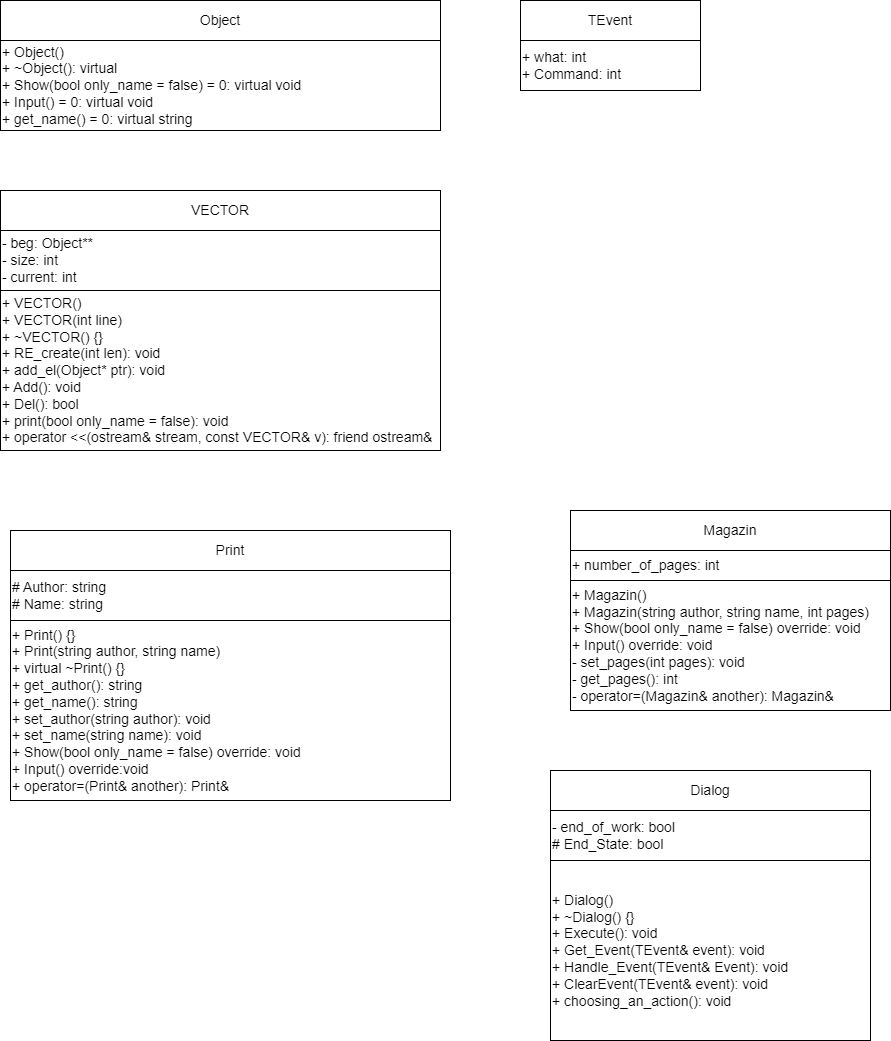
The draw.io diagram class_8/uml.drawio.png in SonyAkb/Laboratory-works-for-the-2-semester, before a commit. Source tidied: cells renumbered, new cells last; positions are measured from the earlier drawing's top-left corner, leaving out a move shared by most shapes.
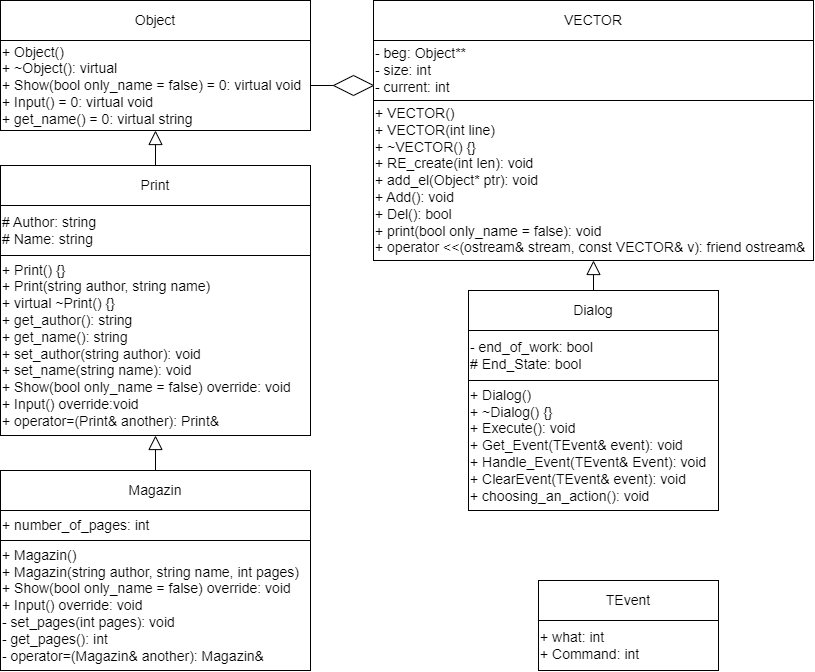
Later version of the same file.

Change to the diagram source:
```diff
@@ -3,52 +3,67 @@
     <mxCell id="0" />
     <mxCell id="1" parent="0" />
     <mxCell id="2" value="Object" style="rounded=0;whiteSpace=wrap;html=1;fontSize=14;align=center;" parent="1" vertex="1">
-      <mxGeometry width="440" height="40" as="geometry" />
+      <mxGeometry y="10" width="310" height="40" as="geometry" />
     </mxCell>
     <mxCell id="3" value="+&amp;nbsp;Object()&lt;div&gt;+ ~Object():&amp;nbsp;&lt;span style=&quot;background-color: initial;&quot;&gt;virtual&lt;/span&gt;&lt;span style=&quot;background-color: initial;&quot;&gt;&amp;nbsp;&lt;/span&gt;&lt;/div&gt;&lt;div&gt;&lt;span style=&quot;background-color: initial;&quot;&gt;+&amp;nbsp;&lt;/span&gt;&lt;span style=&quot;background-color: initial;&quot;&gt;Show(bool only_name = false) = 0:&amp;nbsp;&lt;/span&gt;virtual void&amp;nbsp;&lt;span style=&quot;background-color: initial;&quot;&gt;&lt;div&gt;+ Input() = 0:&amp;nbsp;&lt;span style=&quot;background-color: initial;&quot;&gt;virtual void&lt;/span&gt;&lt;span style=&quot;background-color: initial;&quot;&gt;&amp;nbsp;&lt;/span&gt;&lt;/div&gt;&lt;/span&gt;&lt;span style=&quot;background-color: initial;&quot;&gt;+ get_name() = 0:&amp;nbsp;&lt;/span&gt;&lt;span style=&quot;background-color: initial;&quot;&gt;virtual string&lt;/span&gt;&lt;span style=&quot;background-color: initial;&quot;&gt;&amp;nbsp;&lt;/span&gt;&lt;span style=&quot;background-color: initial;&quot;&gt;&amp;nbsp;&lt;/span&gt;&lt;/div&gt;" style="rounded=0;whiteSpace=wrap;html=1;fontSize=14;align=left;" parent="1" vertex="1">
-      <mxGeometry y="40" width="440" height="90" as="geometry" />
+      <mxGeometry y="50" width="310" height="90" as="geometry" />
     </mxCell>
     <mxCell id="4" value="VECTOR" style="rounded=0;whiteSpace=wrap;html=1;fontSize=14;align=center;" parent="1" vertex="1">
-      <mxGeometry y="190" width="440" height="40" as="geometry" />
+      <mxGeometry x="373" y="10" width="440" height="40" as="geometry" />
     </mxCell>
     <mxCell id="5" value="&lt;div&gt;- beg:&amp;nbsp;&lt;span style=&quot;background-color: initial;&quot;&gt;Object**&lt;/span&gt;&lt;span style=&quot;background-color: initial;&quot;&gt;&amp;nbsp;&lt;/span&gt;&lt;/div&gt;&lt;div&gt;- size:&amp;nbsp;&lt;span style=&quot;background-color: initial;&quot;&gt;int&lt;/span&gt;&lt;span style=&quot;background-color: initial;&quot;&gt;&amp;nbsp;&lt;/span&gt;&lt;/div&gt;&lt;div style=&quot;&quot;&gt;- current:&amp;nbsp;&lt;span style=&quot;background-color: initial;&quot;&gt;int&lt;/span&gt;&lt;span style=&quot;background-color: initial;&quot;&gt;&amp;nbsp;&lt;/span&gt;&lt;/div&gt;" style="rounded=0;whiteSpace=wrap;html=1;fontSize=14;align=left;" parent="1" vertex="1">
-      <mxGeometry y="230" width="440" height="60" as="geometry" />
+      <mxGeometry x="373" y="50" width="440" height="60" as="geometry" />
     </mxCell>
     <mxCell id="6" value="&lt;div&gt;+ VECTOR()&lt;/div&gt;&lt;div&gt;+ VECTOR(int line)&lt;/div&gt;&lt;div&gt;+ ~VECTOR() {}&lt;/div&gt;&lt;div&gt;&lt;span style=&quot;background-color: initial;&quot;&gt;+ RE_create(int len):&amp;nbsp;&lt;/span&gt;&lt;span style=&quot;background-color: initial;&quot;&gt;void&lt;/span&gt;&lt;span style=&quot;background-color: initial;&quot;&gt;&amp;nbsp;&lt;/span&gt;&lt;br&gt;&lt;/div&gt;&lt;div&gt;+ add_el(Object* ptr):&amp;nbsp;&lt;span style=&quot;background-color: initial;&quot;&gt;void&lt;/span&gt;&lt;span style=&quot;background-color: initial;&quot;&gt;&amp;nbsp;&lt;/span&gt;&lt;/div&gt;&lt;div&gt;+ Add():&amp;nbsp;&lt;span style=&quot;background-color: initial;&quot;&gt;void&lt;/span&gt;&lt;span style=&quot;background-color: initial;&quot;&gt;&amp;nbsp;&lt;/span&gt;&lt;/div&gt;&lt;div&gt;+ Del():&amp;nbsp;&lt;span style=&quot;background-color: initial;&quot;&gt;bool&lt;/span&gt;&lt;span style=&quot;background-color: initial;&quot;&gt;&amp;nbsp;&lt;/span&gt;&lt;/div&gt;&lt;div&gt;+ print(bool only_name = false):&amp;nbsp;&lt;span style=&quot;background-color: initial;&quot;&gt;void&lt;/span&gt;&lt;span style=&quot;background-color: initial;&quot;&gt;&amp;nbsp;&lt;/span&gt;&lt;/div&gt;&lt;div&gt;+ operator &amp;lt;&amp;lt;(ostream&amp;amp; stream, const VECTOR&amp;amp; v):&amp;nbsp;&lt;span style=&quot;background-color: initial;&quot;&gt;friend ostream&amp;amp;&lt;/span&gt;&lt;span style=&quot;background-color: initial;&quot;&gt;&amp;nbsp;&lt;/span&gt;&lt;/div&gt;" style="rounded=0;whiteSpace=wrap;html=1;fontSize=14;align=left;" parent="1" vertex="1">
-      <mxGeometry y="290" width="440" height="160" as="geometry" />
+      <mxGeometry x="373" y="110" width="440" height="160" as="geometry" />
     </mxCell>
     <mxCell id="7" value="TEvent" style="rounded=0;whiteSpace=wrap;html=1;fontSize=14;align=center;" parent="1" vertex="1">
-      <mxGeometry x="520" width="180" height="40" as="geometry" />
+      <mxGeometry x="538" y="590" width="180" height="40" as="geometry" />
     </mxCell>
     <mxCell id="8" value="&lt;div&gt;+ what:&amp;nbsp;&lt;span style=&quot;background-color: initial;&quot;&gt;int&lt;/span&gt;&lt;span style=&quot;background-color: initial;&quot;&gt;&amp;nbsp;&lt;/span&gt;&lt;/div&gt;&lt;div&gt;+ Command:&amp;nbsp;&lt;span style=&quot;background-color: initial;&quot;&gt;int&lt;/span&gt;&lt;span style=&quot;background-color: initial;&quot;&gt;&amp;nbsp;&lt;/span&gt;&lt;/div&gt;" style="rounded=0;whiteSpace=wrap;html=1;fontSize=14;align=left;" parent="1" vertex="1">
-      <mxGeometry x="520" y="40" width="180" height="50" as="geometry" />
+      <mxGeometry x="538" y="630" width="180" height="50" as="geometry" />
     </mxCell>
     <mxCell id="9" value="Print" style="rounded=0;whiteSpace=wrap;html=1;fontSize=14;align=center;" parent="1" vertex="1">
-      <mxGeometry x="10" y="530" width="440" height="40" as="geometry" />
+      <mxGeometry y="175" width="310" height="40" as="geometry" />
     </mxCell>
     <mxCell id="10" value="&lt;div&gt;# Author:&amp;nbsp;&lt;span style=&quot;background-color: initial;&quot;&gt;string&lt;/span&gt;&lt;/div&gt;&lt;div&gt;# Name:&amp;nbsp;&lt;span style=&quot;background-color: initial;&quot;&gt;string&lt;/span&gt;&lt;span style=&quot;background-color: initial;&quot;&gt;&amp;nbsp;&lt;/span&gt;&lt;/div&gt;" style="rounded=0;whiteSpace=wrap;html=1;fontSize=14;align=left;" parent="1" vertex="1">
-      <mxGeometry x="10" y="570" width="440" height="50" as="geometry" />
+      <mxGeometry y="215" width="310" height="50" as="geometry" />
     </mxCell>
     <mxCell id="11" value="&lt;div&gt;+ Print() {}&lt;/div&gt;&lt;div&gt;+ Print(string author, string name)&lt;/div&gt;&lt;div&gt;+ virtual ~Print() {}&lt;/div&gt;&lt;div&gt;+ get_author():&amp;nbsp;&lt;span style=&quot;background-color: initial;&quot;&gt;string&lt;/span&gt;&lt;span style=&quot;background-color: initial;&quot;&gt;&amp;nbsp;&lt;/span&gt;&lt;/div&gt;&lt;div&gt;+ get_name():&amp;nbsp;&lt;span style=&quot;background-color: initial;&quot;&gt;string&lt;/span&gt;&lt;span style=&quot;background-color: initial;&quot;&gt;&amp;nbsp;&lt;/span&gt;&lt;/div&gt;&lt;div&gt;+ set_author(string author):&amp;nbsp;&lt;span style=&quot;background-color: initial;&quot;&gt;void&lt;/span&gt;&lt;span style=&quot;background-color: initial;&quot;&gt;&amp;nbsp;&lt;/span&gt;&lt;/div&gt;&lt;div&gt;+ set_name(string name):&amp;nbsp;&lt;span style=&quot;background-color: initial;&quot;&gt;void&lt;/span&gt;&lt;span style=&quot;background-color: initial;&quot;&gt;&amp;nbsp;&lt;/span&gt;&lt;/div&gt;&lt;div&gt;+ Show(bool only_name = false) override:&amp;nbsp;&lt;span style=&quot;background-color: initial;&quot;&gt;void&lt;/span&gt;&lt;span style=&quot;background-color: initial;&quot;&gt;&amp;nbsp;&lt;/span&gt;&lt;/div&gt;&lt;div&gt;+ Input()&amp;nbsp;&lt;span style=&quot;background-color: initial;&quot;&gt;override&lt;/span&gt;&lt;span style=&quot;background-color: initial;&quot;&gt;:&lt;/span&gt;&lt;span style=&quot;background-color: initial;&quot;&gt;void&lt;/span&gt;&lt;span style=&quot;background-color: initial;&quot;&gt;&amp;nbsp;&lt;/span&gt;&lt;/div&gt;&lt;div&gt;+ operator=(Print&amp;amp; another):&amp;nbsp;&lt;span style=&quot;background-color: initial;&quot;&gt;Print&amp;amp;&lt;/span&gt;&lt;span style=&quot;background-color: initial;&quot;&gt;&amp;nbsp;&lt;/span&gt;&lt;/div&gt;" style="rounded=0;whiteSpace=wrap;html=1;fontSize=14;align=left;" parent="1" vertex="1">
-      <mxGeometry x="10" y="620" width="440" height="180" as="geometry" />
+      <mxGeometry y="265" width="310" height="180" as="geometry" />
     </mxCell>
     <mxCell id="12" value="Magazin" style="rounded=0;whiteSpace=wrap;html=1;fontSize=14;align=center;" parent="1" vertex="1">
-      <mxGeometry x="570" y="510" width="320" height="40" as="geometry" />
+      <mxGeometry y="480" width="310" height="40" as="geometry" />
     </mxCell>
     <mxCell id="13" value="+ number_of_pages: int&amp;nbsp;" style="rounded=0;whiteSpace=wrap;html=1;fontSize=14;align=left;" parent="1" vertex="1">
-      <mxGeometry x="570" y="550" width="320" height="30" as="geometry" />
+      <mxGeometry y="520" width="310" height="30" as="geometry" />
     </mxCell>
     <mxCell id="14" value="&lt;span style=&quot;background-color: initial;&quot;&gt;+ Magazin()&lt;/span&gt;&lt;br&gt;&lt;span style=&quot;background-color: initial;&quot;&gt;+ Magazin(string author, string name, int pages)&lt;/span&gt;&lt;br&gt;&lt;span style=&quot;background-color: initial;&quot;&gt;+ Show(bool only_name = false) override:&amp;nbsp;&lt;/span&gt;void&amp;nbsp;&lt;br&gt;&lt;span style=&quot;background-color: initial;&quot;&gt;+ Input() override:&amp;nbsp;&lt;/span&gt;void&amp;nbsp;&lt;br&gt;&lt;span style=&quot;background-color: initial;&quot;&gt;- set_pages(int pages):&amp;nbsp;&lt;/span&gt;void&amp;nbsp;&lt;br&gt;&lt;span style=&quot;background-color: initial;&quot;&gt;- get_pages():&amp;nbsp;&lt;/span&gt;int&amp;nbsp;&lt;br&gt;&lt;div&gt;&lt;span style=&quot;white-space: normal;&quot;&gt;- operator=(Magazin&amp;amp; another):&amp;nbsp;&lt;/span&gt;&lt;span style=&quot;background-color: initial;&quot;&gt;Magazin&amp;amp;&lt;/span&gt;&lt;span style=&quot;background-color: initial;&quot;&gt;&amp;nbsp;&lt;/span&gt;&lt;/div&gt;" style="rounded=0;whiteSpace=wrap;html=1;fontSize=14;align=left;" parent="1" vertex="1">
-      <mxGeometry x="570" y="580" width="320" height="130" as="geometry" />
+      <mxGeometry y="550" width="310" height="130" as="geometry" />
     </mxCell>
     <mxCell id="15" value="Dialog" style="rounded=0;whiteSpace=wrap;html=1;fontSize=14;align=center;" parent="1" vertex="1">
-      <mxGeometry x="550" y="770" width="320" height="40" as="geometry" />
+      <mxGeometry x="468" y="300" width="250" height="40" as="geometry" />
     </mxCell>
     <mxCell id="16" value="- end_of_work: bool&lt;div&gt;# End_State:&lt;span style=&quot;background-color: initial;&quot;&gt;&amp;nbsp;bool&lt;/span&gt;&lt;span style=&quot;background-color: initial;&quot;&gt;&amp;nbsp;&lt;/span&gt;&lt;/div&gt;" style="rounded=0;whiteSpace=wrap;html=1;fontSize=14;align=left;" parent="1" vertex="1">
-      <mxGeometry x="550" y="810" width="320" height="50" as="geometry" />
+      <mxGeometry x="468" y="340" width="250" height="50" as="geometry" />
     </mxCell>
     <mxCell id="17" value="&lt;div&gt;+ Dialog()&lt;/div&gt;&lt;div&gt;+ ~Dialog() {}&lt;/div&gt;&lt;div&gt;+ Execute():&amp;nbsp;&lt;span style=&quot;background-color: initial;&quot;&gt;void&lt;/span&gt;&lt;span style=&quot;background-color: initial;&quot;&gt;&amp;nbsp;&lt;/span&gt;&lt;/div&gt;&lt;div&gt;+ Get_Event(TEvent&amp;amp; event):&amp;nbsp;&lt;span style=&quot;background-color: initial;&quot;&gt;void&lt;/span&gt;&lt;span style=&quot;background-color: initial;&quot;&gt;&amp;nbsp;&lt;/span&gt;&lt;/div&gt;&lt;div&gt;+ Handle_Event(TEvent&amp;amp; Event):&amp;nbsp;&lt;span style=&quot;background-color: initial;&quot;&gt;void&lt;/span&gt;&lt;span style=&quot;background-color: initial;&quot;&gt;&amp;nbsp;&lt;/span&gt;&lt;/div&gt;&lt;div&gt;+ ClearEvent(TEvent&amp;amp; event):&amp;nbsp;&lt;span style=&quot;background-color: initial;&quot;&gt;void&lt;/span&gt;&lt;span style=&quot;background-color: initial;&quot;&gt;&amp;nbsp;&lt;/span&gt;&lt;/div&gt;&lt;div&gt;+ choosing_an_action():&amp;nbsp;&lt;span style=&quot;background-color: initial;&quot;&gt;void&lt;/span&gt;&lt;span style=&quot;background-color: initial;&quot;&gt;&amp;nbsp;&lt;/span&gt;&lt;/div&gt;" style="rounded=0;whiteSpace=wrap;html=1;fontSize=14;align=left;" parent="1" vertex="1">
-      <mxGeometry x="550" y="860" width="320" height="180" as="geometry" />
+      <mxGeometry x="468" y="390" width="250" height="130" as="geometry" />
     </mxCell>
+    <mxCell id="18" style="endArrow=block;html=1;rounded=0;endFill=0;endSize=12;startSize=6;entryX=0.5;entryY=1;entryDx=0;entryDy=0;exitX=0.5;exitY=0;exitDx=0;exitDy=0;" parent="1" edge="1" source="9" target="3">
+      <mxGeometry relative="1" as="geometry" />
+    </mxCell>
+    <mxCell id="19" style="endArrow=block;html=1;rounded=0;endFill=0;endSize=12;startSize=6;entryX=0.5;entryY=1;entryDx=0;entryDy=0;exitX=0.5;exitY=0;exitDx=0;exitDy=0;" parent="1" edge="1" source="12" target="11">
+      <mxGeometry relative="1" as="geometry" />
+    </mxCell>
+    <mxCell id="20" style="rhombus;whiteSpace=wrap;html=1;" parent="1" vertex="1">
+      <mxGeometry x="333" y="85" width="40" height="20" as="geometry" />
+    </mxCell>
+    <mxCell id="21" style="endArrow=none;html=1;rounded=0;entryX=0;entryY=0.5;entryDx=0;entryDy=0;exitX=1;exitY=0.5;exitDx=0;exitDy=0;" parent="1" edge="1" source="3" target="20">
+      <mxGeometry relative="1" as="geometry" />
+    </mxCell>
+    <mxCell id="22" style="endArrow=block;html=1;rounded=0;endFill=0;endSize=12;startSize=6;exitX=0.5;exitY=0;exitDx=0;exitDy=0;entryX=0.5;entryY=1;entryDx=0;entryDy=0;" parent="1" edge="1" source="15" target="6">
+      <mxGeometry relative="1" as="geometry" />
+    </mxCell>
   </root>
 </mxGraphModel>
```
